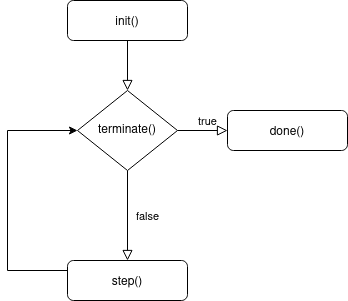
Earlier version of the draw.io export paper/usermethod.png (itsoulos/GlobalOptimus). Source tidied: cells renumbered, new cells last; positions are measured from the earlier drawing's top-left corner, leaving out a move shared by most shapes. Source of this version:
```xml
<mxGraphModel>
  <root>
    <mxCell id="0" />
    <mxCell id="1" parent="0" />
    <mxCell id="2" style="rounded=0;html=1;jettySize=auto;fontSize=11;endArrow=block;endFill=0;endSize=8;strokeWidth=1;shadow=0;labelBackgroundColor=none;edgeStyle=orthogonalEdgeStyle;" parent="1" edge="1" source="3" target="6">
      <mxGeometry relative="1" as="geometry" />
    </mxCell>
    <mxCell id="3" value="init()" style="rounded=1;whiteSpace=wrap;html=1;fontSize=12;glass=0;strokeWidth=1;shadow=0;" parent="1" vertex="1">
      <mxGeometry x="60" width="120" height="40" as="geometry" />
    </mxCell>
    <mxCell id="4" value="false" style="rounded=0;html=1;jettySize=auto;fontSize=11;endArrow=block;endFill=0;endSize=8;strokeWidth=1;shadow=0;labelBackgroundColor=none;edgeStyle=orthogonalEdgeStyle;entryX=0.5;entryY=0;entryDx=0;entryDy=0;" parent="1" edge="1" source="6" target="9">
      <mxGeometry y="20" relative="1" as="geometry" />
    </mxCell>
    <mxCell id="5" value="true" style="edgeStyle=orthogonalEdgeStyle;rounded=0;html=1;jettySize=auto;fontSize=11;endArrow=block;endFill=0;endSize=8;strokeWidth=1;shadow=0;labelBackgroundColor=none;" parent="1" edge="1" source="6" target="7">
      <mxGeometry x="0.2" y="10" relative="1" as="geometry" />
    </mxCell>
    <mxCell id="6" value="terminate()" style="rhombus;whiteSpace=wrap;html=1;shadow=0;fontFamily=Helvetica;fontSize=12;align=center;strokeWidth=1;spacing=6;spacingTop=-4;" parent="1" vertex="1">
      <mxGeometry x="70" y="90" width="100" height="80" as="geometry" />
    </mxCell>
    <mxCell id="7" value="done()" style="rounded=1;whiteSpace=wrap;html=1;fontSize=12;glass=0;strokeWidth=1;shadow=0;" parent="1" vertex="1">
      <mxGeometry x="220" y="110" width="120" height="40" as="geometry" />
    </mxCell>
    <mxCell id="8" style="edgeStyle=orthogonalEdgeStyle;rounded=0;jettySize=auto;html=1;exitX=0;exitY=0.5;exitDx=0;exitDy=0;entryX=0;entryY=0.5;entryDx=0;entryDy=0;" parent="1" edge="1" source="9" target="6">
      <mxGeometry relative="1" as="geometry">
        <Array as="points">
          <mxPoint y="270" />
          <mxPoint y="130" />
        </Array>
      </mxGeometry>
    </mxCell>
    <mxCell id="9" value="step()" style="rounded=1;whiteSpace=wrap;html=1;fontSize=12;glass=0;strokeWidth=1;shadow=0;" parent="1" vertex="1">
      <mxGeometry x="60" y="260" width="120" height="40" as="geometry" />
    </mxCell>
  </root>
</mxGraphModel>
```
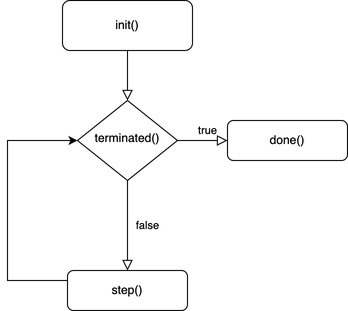
After the commit.

Diff of the diagram source:
```diff
@@ -6,7 +6,7 @@
       <mxGeometry relative="1" as="geometry" />
     </mxCell>
     <mxCell id="3" value="init()" style="rounded=1;whiteSpace=wrap;html=1;fontSize=12;glass=0;strokeWidth=1;shadow=0;" parent="1" vertex="1">
-      <mxGeometry x="60" width="120" height="40" as="geometry" />
+      <mxGeometry x="55" y="-10" width="130" height="50" as="geometry" />
     </mxCell>
     <mxCell id="4" value="false" style="rounded=0;html=1;jettySize=auto;fontSize=11;endArrow=block;endFill=0;endSize=8;strokeWidth=1;shadow=0;labelBackgroundColor=none;edgeStyle=orthogonalEdgeStyle;entryX=0.5;entryY=0;entryDx=0;entryDy=0;" parent="1" edge="1" source="6" target="9">
       <mxGeometry y="20" relative="1" as="geometry" />
@@ -14,7 +14,7 @@
     <mxCell id="5" value="true" style="edgeStyle=orthogonalEdgeStyle;rounded=0;html=1;jettySize=auto;fontSize=11;endArrow=block;endFill=0;endSize=8;strokeWidth=1;shadow=0;labelBackgroundColor=none;" parent="1" edge="1" source="6" target="7">
       <mxGeometry x="0.2" y="10" relative="1" as="geometry" />
     </mxCell>
-    <mxCell id="6" value="terminate()" style="rhombus;whiteSpace=wrap;html=1;shadow=0;fontFamily=Helvetica;fontSize=12;align=center;strokeWidth=1;spacing=6;spacingTop=-4;" parent="1" vertex="1">
+    <mxCell id="6" value="terminated()" style="rhombus;whiteSpace=wrap;html=1;shadow=0;fontFamily=Helvetica;fontSize=12;align=center;strokeWidth=1;spacing=6;spacingTop=-4;" parent="1" vertex="1">
       <mxGeometry x="70" y="90" width="100" height="80" as="geometry" />
     </mxCell>
     <mxCell id="7" value="done()" style="rounded=1;whiteSpace=wrap;html=1;fontSize=12;glass=0;strokeWidth=1;shadow=0;" parent="1" vertex="1">
```
